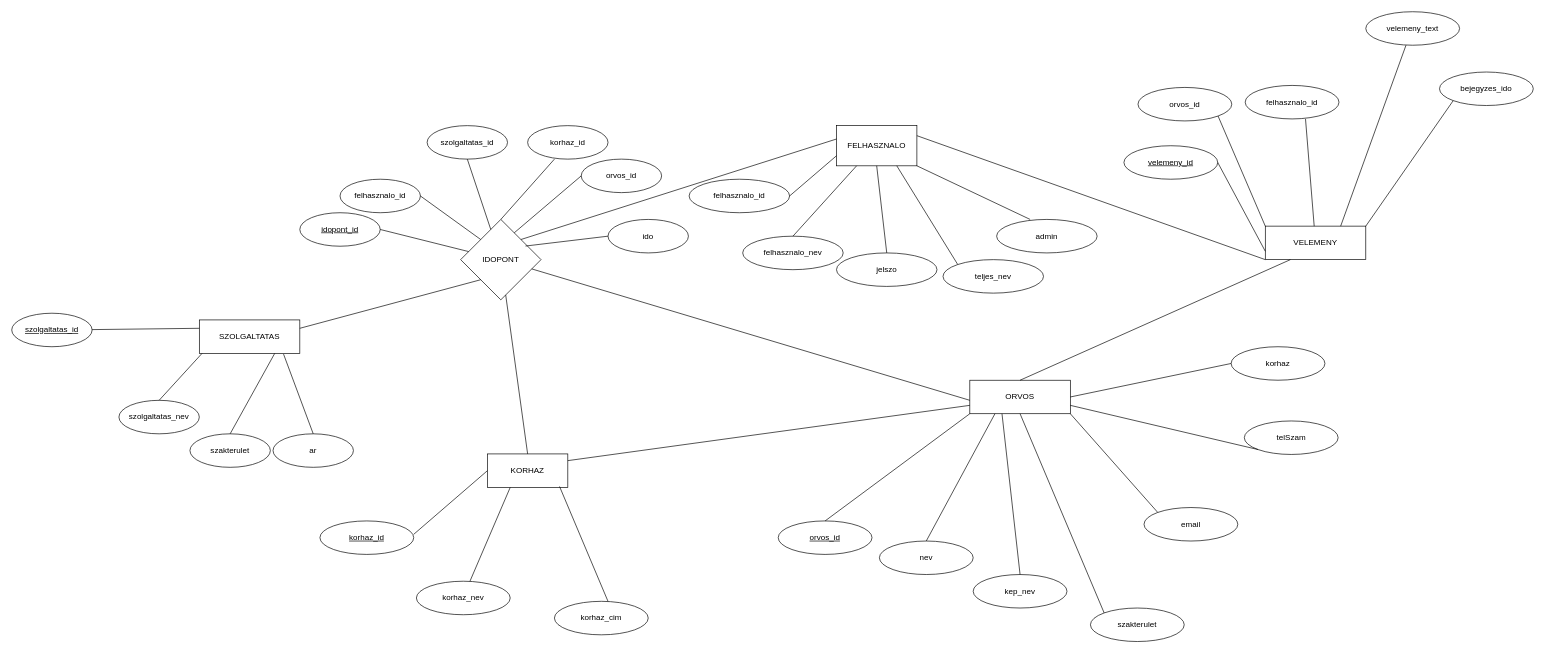
The draw.io diagram db/EK_Modell.drawio in horvathbence06/Vizsgaremek, before the edit. Source tidied: cells renumbered, new cells numbered last; positions are measured from the earlier drawing's top-left corner, leaving out a move shared by most shapes. Both pictures are drawn from the tidied source at 67%, with x=0, y=0 at pixel (11, 11).
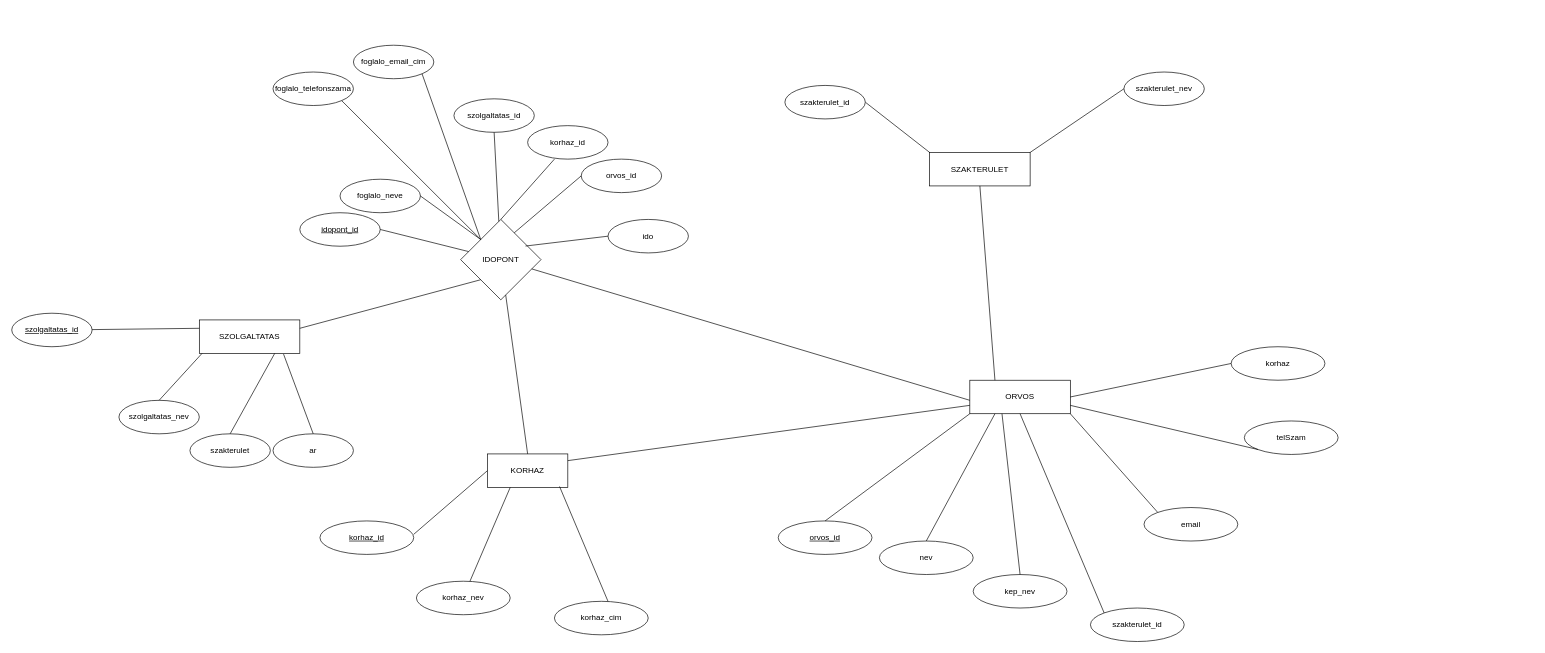
The same diagram, later.

Unchanged cells that the change refers to:
```xml
<mxCell id="3" value="ORVOS" style="rounded=0;whiteSpace=wrap;html=1;" parent="1" vertex="1">
  <mxGeometry x="1430" y="550" width="150" height="50" as="geometry" />
</mxCell>
<mxCell id="5" value="IDOPONT" style="rhombus;whiteSpace=wrap;html=1;" parent="1" vertex="1">
  <mxGeometry x="670" y="310" width="120" height="120" as="geometry" />
</mxCell>
```

What changed in the source:
```diff
@@
-    <mxCell id="10" value="szakterulet" style="ellipse;whiteSpace=wrap;html=1;" parent="1" vertex="1">
+    <mxCell id="10" value="szakterulet_id" style="ellipse;whiteSpace=wrap;html=1;" parent="1" vertex="1">
       <mxGeometry x="1610" y="890" width="140" height="50" as="geometry" />
     </mxCell>
@@
-    <mxCell id="20" value="VELEMENY" style="rounded=0;whiteSpace=wrap;html=1;" parent="1" vertex="1">
-      <mxGeometry x="1871" y="320" width="150" height="50" as="geometry" />
-    </mxCell>
-    <mxCell id="21" value="&lt;u&gt;velemeny_id&lt;/u&gt;" style="ellipse;whiteSpace=wrap;html=1;" parent="1" vertex="1">
-      <mxGeometry x="1660" y="200" width="140" height="50" as="geometry" />
-    </mxCell>
-    <mxCell id="22" style="endArrow=none;html=1;rounded=0;entryX=1;entryY=0.5;entryDx=0;entryDy=0;exitX=0;exitY=0.75;exitDx=0;exitDy=0;endFill=0;" parent="1" edge="1" source="20" target="21">
-      <mxGeometry relative="1" as="geometry" />
-    </mxCell>
-    <mxCell id="23" value="orvos_id" style="ellipse;whiteSpace=wrap;html=1;" parent="1" vertex="1">
-      <mxGeometry x="1681" y="113" width="140" height="50" as="geometry" />
-    </mxCell>
-    <mxCell id="24" style="endArrow=none;html=1;rounded=0;exitX=0;exitY=0;exitDx=0;exitDy=0;endFill=0;entryX=1;entryY=1;entryDx=0;entryDy=0;" parent="1" edge="1" source="20" target="23">
-      <mxGeometry relative="1" as="geometry" />
-    </mxCell>
-    <mxCell id="25" value="velemeny_text" style="ellipse;whiteSpace=wrap;html=1;" parent="1" vertex="1">
-      <mxGeometry x="2021" width="140" height="50" as="geometry" />
-    </mxCell>
-    <mxCell id="26" style="endArrow=none;html=1;rounded=0;exitX=0.75;exitY=0;exitDx=0;exitDy=0;endFill=0;" parent="1" edge="1" source="20">
-      <mxGeometry relative="1" as="geometry">
-        <mxPoint x="2081" y="50" as="targetPoint" />
-      </mxGeometry>
-    </mxCell>
@@
-    <mxCell id="41" value="felhasznalo_id" style="ellipse;whiteSpace=wrap;html=1;" parent="1" vertex="1">
+    <mxCell id="41" value="foglalo_neve" style="ellipse;whiteSpace=wrap;html=1;" parent="1" vertex="1">
       <mxGeometry x="490" y="250" width="120" height="50" as="geometry" />
     </mxCell>
@@
     <mxCell id="43" value="szolgaltatas_id" style="ellipse;whiteSpace=wrap;html=1;" parent="1" vertex="1">
-      <mxGeometry x="620" y="170" width="120" height="50" as="geometry" />
+      <mxGeometry x="660" y="130" width="120" height="50" as="geometry" />
     </mxCell>
@@
-    <mxCell id="54" style="endArrow=none;html=1;rounded=0;exitX=0.643;exitY=1;exitDx=0;exitDy=0;endFill=0;exitPerimeter=0;" parent="1" edge="1" source="71" target="20">
-      <mxGeometry relative="1" as="geometry" />
-    </mxCell>
@@
-    <mxCell id="56" value="bejegyzes_ido" style="ellipse;whiteSpace=wrap;html=1;" parent="1" vertex="1">
-      <mxGeometry x="2131" y="90" width="140" height="50" as="geometry" />
-    </mxCell>
-    <mxCell id="57" style="endArrow=none;html=1;rounded=0;entryX=0;entryY=1;entryDx=0;entryDy=0;exitX=1;exitY=0;exitDx=0;exitDy=0;endFill=0;" parent="1" edge="1" source="20" target="56">
-      <mxGeometry relative="1" as="geometry" />
-    </mxCell>
@@
-    <mxCell id="60" value="FELHASZNALO" style="rounded=0;whiteSpace=wrap;html=1;" parent="1" vertex="1">
-      <mxGeometry x="1231" y="170" width="120" height="60" as="geometry" />
-    </mxCell>
-    <mxCell id="61" value="felhasznalo_id" style="ellipse;whiteSpace=wrap;html=1;" parent="1" vertex="1">
-      <mxGeometry x="1011" y="250" width="150" height="50" as="geometry" />
-    </mxCell>
-    <mxCell id="62" style="endArrow=none;html=1;rounded=0;entryX=0;entryY=0.75;entryDx=0;entryDy=0;exitX=1;exitY=0.5;exitDx=0;exitDy=0;" parent="1" edge="1" source="61" target="60">
-      <mxGeometry relative="1" as="geometry" />
-    </mxCell>
-    <mxCell id="63" value="felhasznalo_nev" style="ellipse;whiteSpace=wrap;html=1;" parent="1" vertex="1">
-      <mxGeometry x="1091" y="335" width="150" height="50" as="geometry" />
-    </mxCell>
-    <mxCell id="64" style="endArrow=none;html=1;rounded=0;entryX=0.25;entryY=1;entryDx=0;entryDy=0;exitX=0.5;exitY=0;exitDx=0;exitDy=0;" parent="1" edge="1" source="63" target="60">
-      <mxGeometry relative="1" as="geometry" />
-    </mxCell>
-    <mxCell id="65" value="jelszo" style="ellipse;whiteSpace=wrap;html=1;" parent="1" vertex="1">
-      <mxGeometry x="1231" y="360" width="150" height="50" as="geometry" />
-    </mxCell>
-    <mxCell id="66" style="endArrow=none;html=1;rounded=0;entryX=0.5;entryY=1;entryDx=0;entryDy=0;exitX=0.5;exitY=0;exitDx=0;exitDy=0;" parent="1" edge="1" source="65" target="60">
-      <mxGeometry relative="1" as="geometry" />
-    </mxCell>
-    <mxCell id="67" value="teljes_nev" style="ellipse;whiteSpace=wrap;html=1;" parent="1" vertex="1">
-      <mxGeometry x="1390" y="370" width="150" height="50" as="geometry" />
-    </mxCell>
-    <mxCell id="68" style="endArrow=none;html=1;rounded=0;entryX=0.75;entryY=1;entryDx=0;entryDy=0;exitX=0;exitY=0;exitDx=0;exitDy=0;" parent="1" edge="1" source="67" target="60">
-      <mxGeometry relative="1" as="geometry" />
-    </mxCell>
-    <mxCell id="69" style="endArrow=none;html=1;rounded=0;entryX=0;entryY=0.5;entryDx=0;entryDy=0;exitX=1;exitY=1;exitDx=0;exitDy=0;" parent="1" edge="1" source="60">
-      <mxGeometry relative="1" as="geometry">
-        <mxPoint x="1520" y="310" as="targetPoint" />
-      </mxGeometry>
-    </mxCell>
-    <mxCell id="70" value="admin" style="ellipse;whiteSpace=wrap;html=1;" parent="1" vertex="1">
-      <mxGeometry x="1470" y="310" width="150" height="50" as="geometry" />
-    </mxCell>
-    <mxCell id="71" value="felhasznalo_id" style="ellipse;whiteSpace=wrap;html=1;" parent="1" vertex="1">
-      <mxGeometry x="1841" y="110" width="140" height="50" as="geometry" />
-    </mxCell>
-    <mxCell id="72" style="endArrow=none;html=1;rounded=0;exitX=0.5;exitY=0;exitDx=0;exitDy=0;endFill=0;entryX=0.25;entryY=1;entryDx=0;entryDy=0;" parent="1" edge="1" source="3" target="20">
-      <mxGeometry relative="1" as="geometry" />
-    </mxCell>
-    <mxCell id="73" style="endArrow=none;html=1;rounded=0;entryX=0;entryY=0.75;entryDx=0;entryDy=0;exitX=1;exitY=0;exitDx=0;exitDy=0;" parent="1" edge="1" source="5">
-      <mxGeometry relative="1" as="geometry">
-        <mxPoint x="1231" y="190" as="targetPoint" />
-      </mxGeometry>
-    </mxCell>
-    <mxCell id="74" style="endArrow=none;html=1;rounded=0;entryX=0;entryY=0.75;entryDx=0;entryDy=0;exitX=1;exitY=0.25;exitDx=0;exitDy=0;" parent="1" edge="1" source="60">
-      <mxGeometry relative="1" as="geometry">
-        <mxPoint x="1871" y="370" as="targetPoint" />
-      </mxGeometry>
-    </mxCell>
+    <mxCell id="75" value="SZAKTERULET" style="rounded=0;whiteSpace=wrap;html=1;" parent="1" vertex="1">
+      <mxGeometry x="1370" y="210" width="150" height="50" as="geometry" />
+    </mxCell>
+    <mxCell id="76" style="endArrow=none;html=1;rounded=0;entryX=0;entryY=0;entryDx=0;entryDy=0;endFill=0;exitX=1;exitY=0.5;exitDx=0;exitDy=0;" parent="1" edge="1" source="78" target="75">
+      <mxGeometry relative="1" as="geometry" />
+    </mxCell>
+    <mxCell id="77" style="endArrow=none;html=1;rounded=0;entryX=1;entryY=0;entryDx=0;entryDy=0;endFill=0;exitX=0;exitY=0.5;exitDx=0;exitDy=0;" parent="1" edge="1" source="79" target="75">
+      <mxGeometry relative="1" as="geometry" />
+    </mxCell>
+    <mxCell id="78" value="szakterulet_id" style="ellipse;whiteSpace=wrap;html=1;" parent="1" vertex="1">
+      <mxGeometry x="1154" y="110" width="120" height="50" as="geometry" />
+    </mxCell>
+    <mxCell id="79" value="szakterulet_nev" style="ellipse;whiteSpace=wrap;html=1;" parent="1" vertex="1">
+      <mxGeometry x="1660" y="90" width="120" height="50" as="geometry" />
+    </mxCell>
+    <mxCell id="80" style="endArrow=none;html=1;rounded=0;entryX=0.25;entryY=0;entryDx=0;entryDy=0;endFill=0;exitX=0.5;exitY=1;exitDx=0;exitDy=0;" parent="1" edge="1" source="75" target="3">
+      <mxGeometry relative="1" as="geometry" />
+    </mxCell>
+    <mxCell id="81" value="foglalo_email_cim" style="ellipse;whiteSpace=wrap;html=1;" parent="1" vertex="1">
+      <mxGeometry x="510" y="50" width="120" height="50" as="geometry" />
+    </mxCell>
+    <mxCell id="82" style="endArrow=none;html=1;rounded=0;entryX=1;entryY=1;entryDx=0;entryDy=0;endFill=0;exitX=0;exitY=0;exitDx=0;exitDy=0;" parent="1" edge="1" source="5" target="81">
+      <mxGeometry relative="1" as="geometry" />
+    </mxCell>
+    <mxCell id="83" value="foglalo_telefonszama" style="ellipse;whiteSpace=wrap;html=1;" parent="1" vertex="1">
+      <mxGeometry x="390" y="90" width="120" height="50" as="geometry" />
+    </mxCell>
+    <mxCell id="84" style="endArrow=none;html=1;rounded=0;entryX=1;entryY=1;entryDx=0;entryDy=0;endFill=0;exitX=0;exitY=0;exitDx=0;exitDy=0;" parent="1" edge="1" source="5" target="83">
+      <mxGeometry relative="1" as="geometry" />
+    </mxCell>
```
